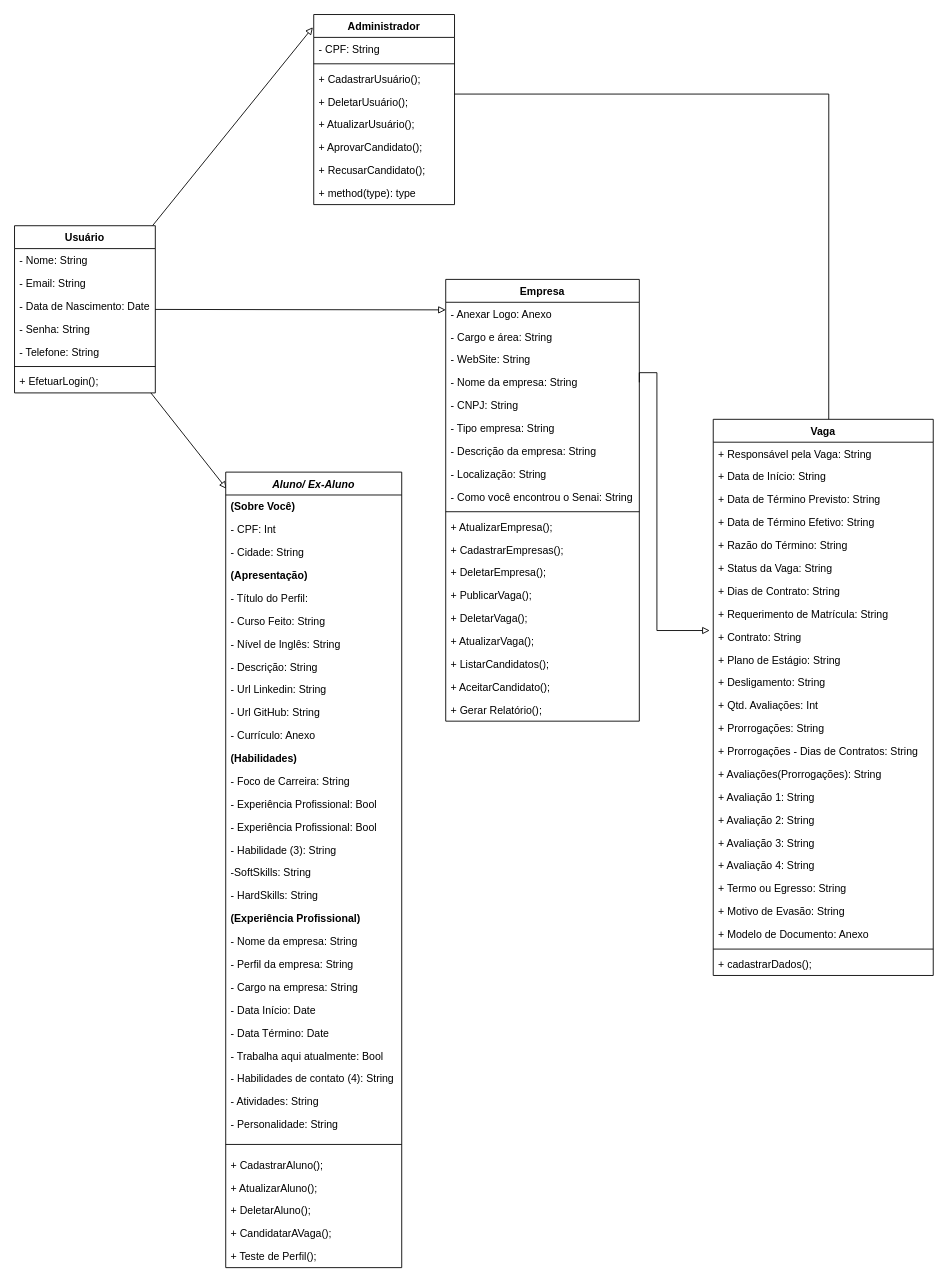
The draw.io diagram Diagramas/Diagrama de Classe.drawio in renansalvino/GoVagas, before the edit. Source tidied: cells renumbered, new cells numbered last; positions are measured from the earlier drawing's top-left corner, leaving out a move shared by most shapes. Both pictures are drawn from the tidied source at 88%, with x=0, y=0 at pixel (14, 14).
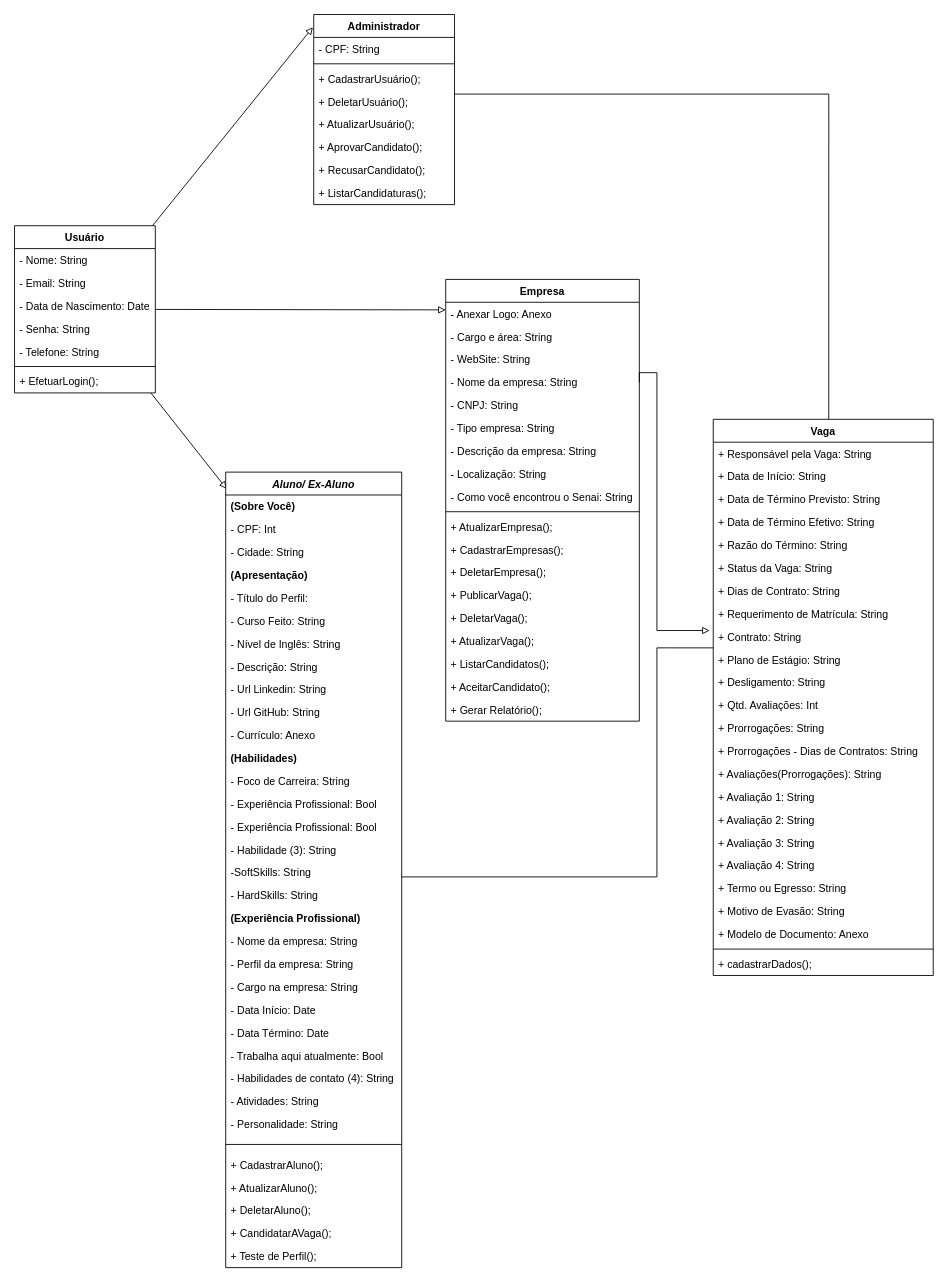
The same page after the edit.

Commit message (it also covers changes not shown here):
Correção do Diagrama de Classe

Unchanged cells that the change refers to:
```xml
<mxCell id="14" value="Administrador" style="swimlane;fontStyle=1;align=center;verticalAlign=top;horizontal=1;startSize=26;" parent="1" vertex="1">
  <mxGeometry x="340" width="160" height="216" as="geometry" />
</mxCell>
<mxCell id="23" value="Aluno/ Ex-Aluno" style="swimlane;fontStyle=3;align=center;verticalAlign=top;horizontal=1;startSize=26;rounded=0;shadow=0;strokeWidth=1;" parent="1" vertex="1">
  <mxGeometry x="240" y="520" width="200" height="904" as="geometry" />
</mxCell>
<mxCell id="88" value="+ Plano de Estágio: String " style="text;strokeColor=none;fillColor=none;align=left;verticalAlign=top;spacingLeft=4;spacingRight=4;overflow=hidden;points=[[0,0.5],[1,0.5]];portConstraint=eastwest;" parent="78" vertex="1">
  <mxGeometry y="260" width="250" height="26" as="geometry" />
</mxCell>
```

Change to the diagram source:
```diff
@@
-    <mxCell id="22" value="+ method(type): type" style="text;strokeColor=none;fillColor=none;align=left;verticalAlign=top;spacingLeft=4;spacingRight=4;overflow=hidden;" parent="14" vertex="1">
+    <mxCell id="22" value="+ ListarCandidaturas();" style="text;strokeColor=none;fillColor=none;align=left;verticalAlign=top;spacingLeft=4;spacingRight=4;overflow=hidden;" parent="14" vertex="1">
       <mxGeometry y="190" width="160" height="26" as="geometry" />
     </mxCell>
+    <mxCell id="104" style="edgeStyle=orthogonalEdgeStyle;rounded=0;jettySize=auto;html=1;endArrow=none;endFill=0;entryX=0;entryY=-0.011;entryDx=0;entryDy=0;entryPerimeter=0;" parent="1" edge="1" source="23" target="88">
+      <mxGeometry relative="1" as="geometry">
+        <Array as="points">
+          <mxPoint x="730" y="980" />
+          <mxPoint x="730" y="720" />
+        </Array>
+      </mxGeometry>
+    </mxCell>
```
